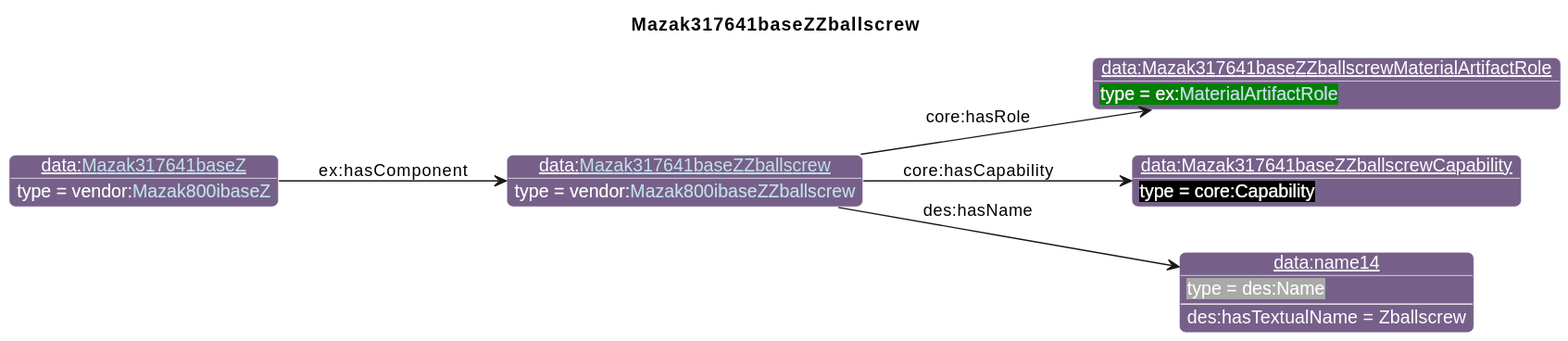
The PlantUML diagram diagrams/Mazak317641baseZZballscrew.svg in iofoundry/example-syseng-mtconnect, before a commit.
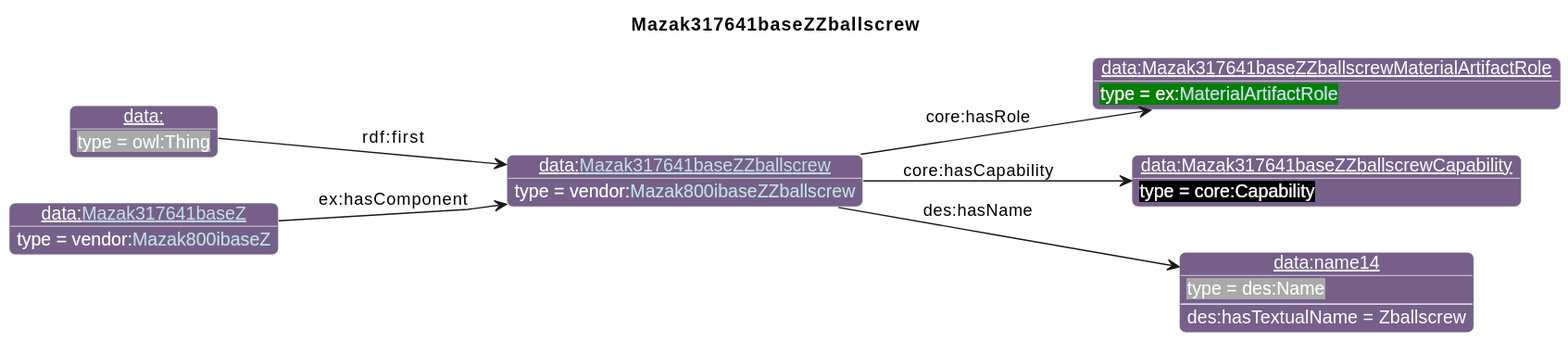
The same diagram one commit later.

Diff of the diagram source:
```diff
@@ -29,10 +29,12 @@
 individual(o1, data:Mazak317641baseZZballscrewMaterialArtifactRole, ex:[[../Example.html#MaterialArtifactRole MaterialArtifactRole]])
 individual(o2, data:Mazak317641baseZZballscrewCapability, core:Capability)
 individual(o3, data:name14, des:Name)
-individual(o4, data:[[./Mazak317641baseZ.html Mazak317641baseZ]], vendor:[[../Mazak.html#Mazak800ibaseZ Mazak800ibaseZ]])
+individual(o4, data:, owl:Thing)
+individual(o5, data:[[./Mazak317641baseZ.html Mazak317641baseZ]], vendor:[[../Mazak.html#Mazak800ibaseZ Mazak800ibaseZ]])
 property(o0, "core:hasRole", o1)
 property(o0, "core:hasCapability", o2)
 property(o0, "des:hasName", o3)
 data(o3, "des:hasTextualName", "Zballscrew")
-property(o4, "ex:hasComponent", o0)
+property(o4, "rdf:first", o0)
+property(o5, "ex:hasComponent", o0)
 @enduml
```
